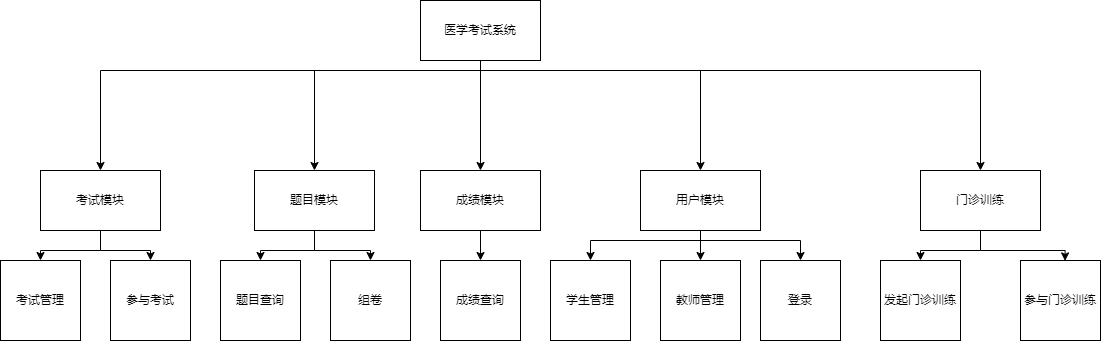
JackeyTower/pic-work keeps this draw.io diagram as 系统总体功能结构图.png. Above is the earlier version. Source tidied: cells renumbered, new cells last; positions are measured from the earlier drawing's top-left corner, leaving out a move shared by most shapes.
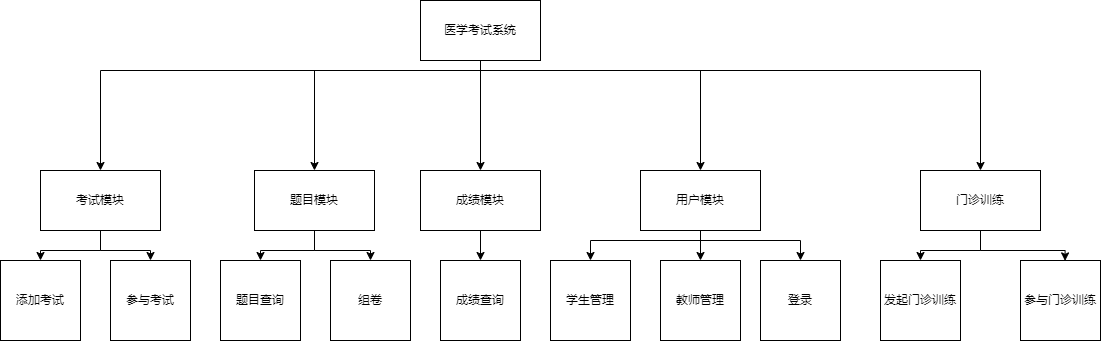
After the change.

Commit message:
更新系统总体功能结构图.png

The edit, as a diff of the source:
```diff
@@ -91,7 +91,7 @@
     <mxCell id="19" value="用户模块" style="rounded=0;whiteSpace=wrap;html=1;" parent="1" vertex="1">
       <mxGeometry x="640" y="170" width="120" height="60" as="geometry" />
     </mxCell>
-    <mxCell id="20" value="考试管理" style="whiteSpace=wrap;html=1;" parent="1" vertex="1">
+    <mxCell id="20" value="添加考试" style="whiteSpace=wrap;html=1;" parent="1" vertex="1">
       <mxGeometry y="260" width="80" height="80" as="geometry" />
     </mxCell>
     <mxCell id="21" value="参与考试" style="whiteSpace=wrap;html=1;" parent="1" vertex="1">
```
